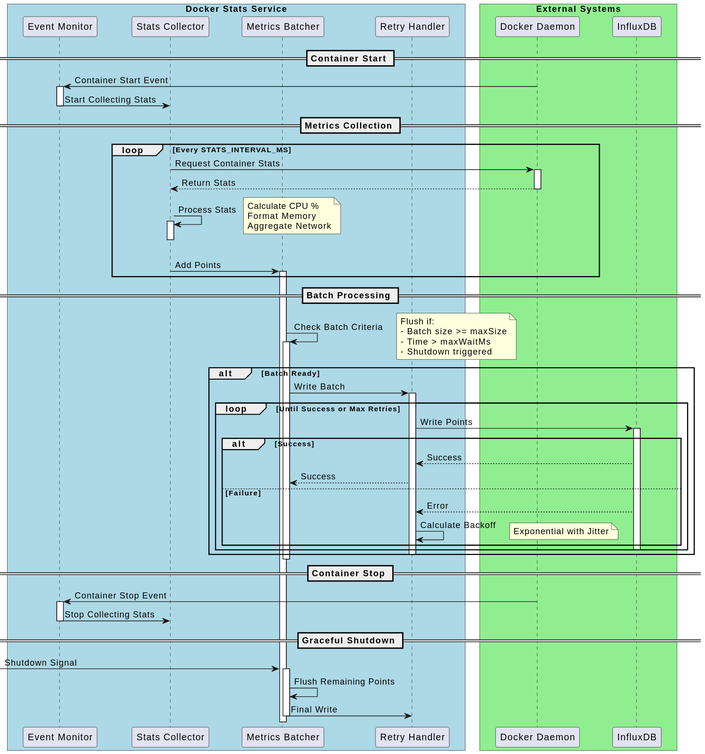
This is docs/architecture/diagrams/metrics_flow.svg from JoobyPM/docker-stats-service, a PlantUML export, as it was before one commit.
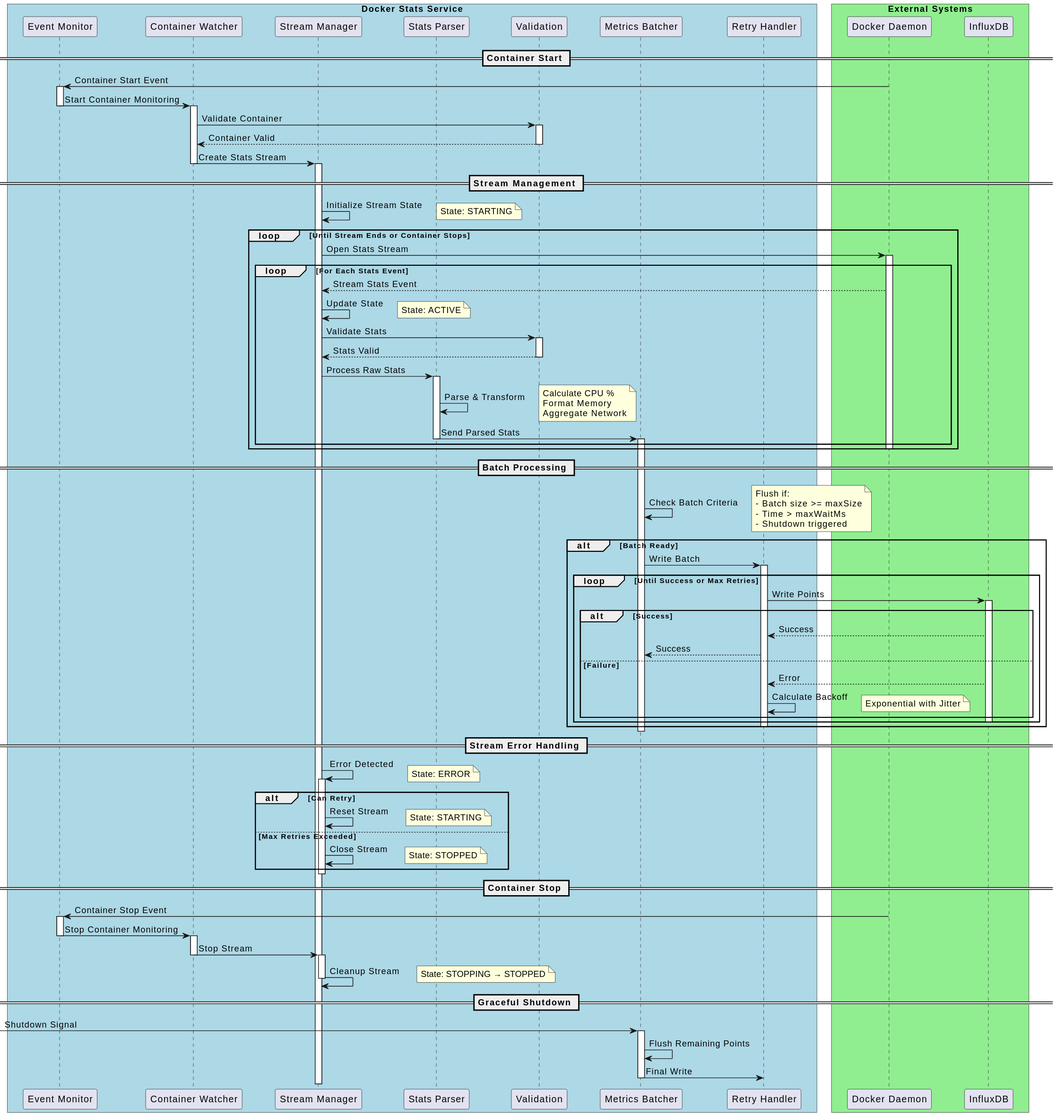
The same diagram one commit later.

What changed in the source:
```diff
@@ -4,7 +4,10 @@
 
 box "Docker Stats Service" #LightBlue
 participant "Event Monitor" as EventMonitor
-participant "Stats Collector" as StatsCollector
+participant "Container Watcher" as ContainerWatcher
+participant "Stream Manager" as StreamManager
+participant "Stats Parser" as StatsParser
+participant "Validation" as Validation
 participant "Metrics Batcher" as MetricsBatcher
 participant "Retry Handler" as RetryHandler
 end box
@@ -17,28 +20,53 @@
 == Container Start ==
 DockerDaemon -> EventMonitor: Container Start Event
 activate EventMonitor
-EventMonitor -> StatsCollector: Start Collecting Stats
+EventMonitor -> ContainerWatcher: Start Container Monitoring
 deactivate EventMonitor
 
-== Metrics Collection ==
-loop Every STATS_INTERVAL_MS
-    StatsCollector -> DockerDaemon: Request Container Stats
+activate ContainerWatcher
+ContainerWatcher -> Validation: Validate Container
+activate Validation
+Validation --> ContainerWatcher: Container Valid
+deactivate Validation
+
+ContainerWatcher -> StreamManager: Create Stats Stream
+deactivate ContainerWatcher
+
+== Stream Management ==
+activate StreamManager
+StreamManager -> StreamManager: Initialize Stream State
+note right: State: STARTING
+
+loop Until Stream Ends or Container Stops
+    StreamManager -> DockerDaemon: Open Stats Stream
     activate DockerDaemon
-    DockerDaemon --> StatsCollector: Return Stats
+
+    loop For Each Stats Event
+        DockerDaemon --> StreamManager: Stream Stats Event
+
+        StreamManager -> StreamManager: Update State
+        note right: State: ACTIVE
+
+        StreamManager -> Validation: Validate Stats
+        activate Validation
+        Validation --> StreamManager: Stats Valid
+        deactivate Validation
+
+        StreamManager -> StatsParser: Process Raw Stats
+        activate StatsParser
+
+        StatsParser -> StatsParser: Parse & Transform
+        note right: Calculate CPU %\nFormat Memory\nAggregate Network
+
+        StatsParser -> MetricsBatcher: Send Parsed Stats
+        deactivate StatsParser
+        activate MetricsBatcher
+    end
     deactivate DockerDaemon
-
-    StatsCollector -> StatsCollector: Process Stats
-    activate StatsCollector
-    note right: Calculate CPU %\nFormat Memory\nAggregate Network
-    deactivate StatsCollector
-
-    StatsCollector -> MetricsBatcher: Add Points
-    activate MetricsBatcher
 end
 
 == Batch Processing ==
 MetricsBatcher -> MetricsBatcher: Check Batch Criteria
-activate MetricsBatcher
 note right
   Flush if:
   - Batch size >= maxSize
@@ -68,11 +96,34 @@
 end
 deactivate MetricsBatcher
 
+== Stream Error Handling ==
+StreamManager -> StreamManager: Error Detected
+activate StreamManager
+note right: State: ERROR
+
+alt Can Retry
+    StreamManager -> StreamManager: Reset Stream
+    note right: State: STARTING
+else Max Retries Exceeded
+    StreamManager -> StreamManager: Close Stream
+    note right: State: STOPPED
+end
+deactivate StreamManager
+
 == Container Stop ==
 DockerDaemon -> EventMonitor: Container Stop Event
 activate EventMonitor
-EventMonitor -> StatsCollector: Stop Collecting Stats
+EventMonitor -> ContainerWatcher: Stop Container Monitoring
 deactivate EventMonitor
+
+activate ContainerWatcher
+ContainerWatcher -> StreamManager: Stop Stream
+deactivate ContainerWatcher
+
+activate StreamManager
+StreamManager -> StreamManager: Cleanup Stream
+note right: State: STOPPING → STOPPED
+deactivate StreamManager
 
 == Graceful Shutdown ==
 [-> MetricsBatcher: Shutdown Signal
```
